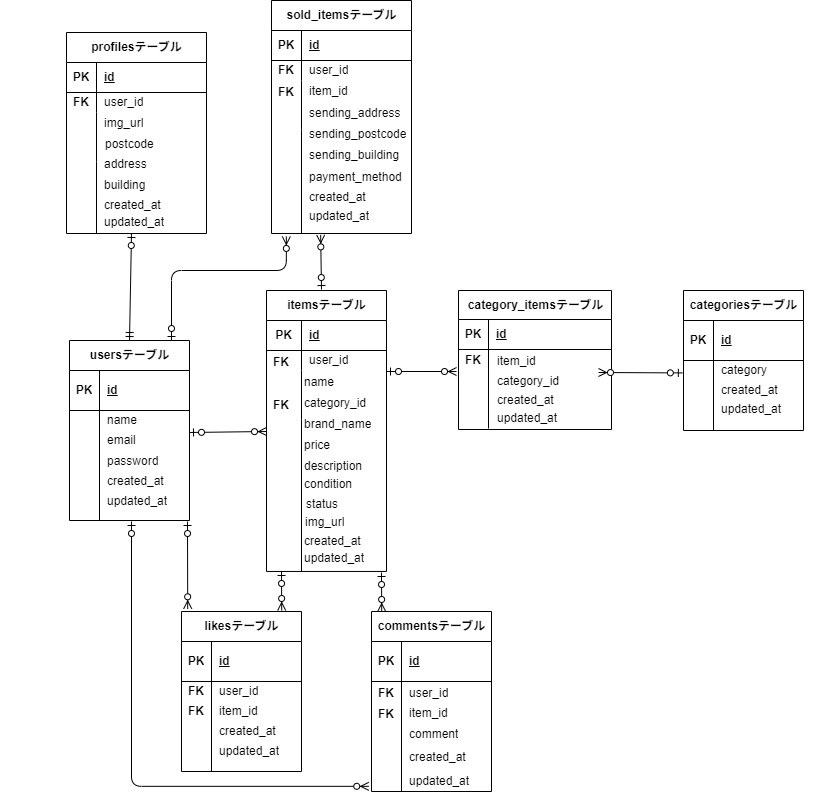
anna-1017/mogi-frema-app keeps this draw.io diagram as er_mogi_frema_app.diagram.drawio.png. Above is the earlier version. Source tidied: cells renumbered, new cells last; positions are measured from the earlier drawing's top-left corner, leaving out a move shared by most shapes.
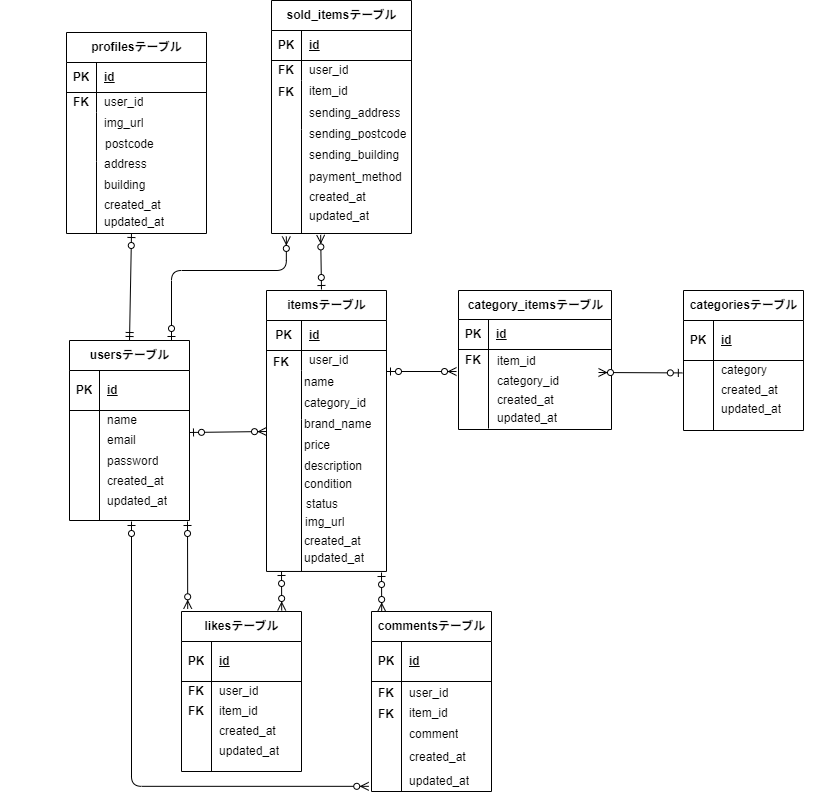
The same file after the commit.

Diff of the diagram source:
```diff
@@ -6,7 +6,7 @@
       <mxGeometry y="301" width="150" as="geometry" />
     </mxCell>
     <mxCell id="3" style="group;" parent="1" vertex="1">
-      <mxGeometry x="96" y="290" width="512.1" height="270" as="geometry" />
+      <mxGeometry x="96" y="290" width="512.1" height="281" as="geometry" />
     </mxCell>
     <mxCell id="4" style="shape=tableRow;horizontal=0;startSize=0;swimlaneHead=0;swimlaneBody=0;fillColor=none;top=0;left=0;right=0;bottom=0;" parent="3" vertex="1">
       <mxGeometry x="130" y="140" width="110" height="20" as="geometry" />
@@ -57,7 +57,7 @@
       <mxGeometry x="30" y="151" width="90" height="20" as="geometry" />
     </mxCell>
     <mxCell id="20" style="group;" parent="3" vertex="1">
-      <mxGeometry x="170" width="150" height="270" as="geometry" />
+      <mxGeometry x="170" width="150" height="281" as="geometry" />
     </mxCell>
     <mxCell id="21" style="shape=tableRow;horizontal=0;startSize=0;swimlaneHead=0;swimlaneBody=0;fillColor=none;top=0;left=0;right=0;bottom=0;" parent="20" vertex="1">
       <mxGeometry x="20" y="82" width="120" height="20.8" as="geometry" />
@@ -69,7 +69,7 @@
       <mxGeometry x="30" y="92.4" width="120" height="20.8" as="geometry" />
     </mxCell>
     <mxCell id="24" style="group;" parent="20" vertex="1">
-      <mxGeometry width="130" height="270" as="geometry" />
+      <mxGeometry width="130" height="281" as="geometry" />
     </mxCell>
     <mxCell id="25" style="shape=tableRow;horizontal=0;startSize=0;swimlaneHead=0;swimlaneBody=0;fillColor=none;top=0;left=0;right=0;bottom=0;" parent="24" vertex="1">
       <mxGeometry x="10" y="71.7" width="120" height="20.8" as="geometry" />
@@ -89,10 +89,7 @@
     <mxCell id="30" value="category_id" style="shape=partialRectangle;fillColor=none;top=0;left=0;bottom=0;right=0;align=left;spacingLeft=6;overflow=hidden;whiteSpace=wrap;html=1;" parent="24" vertex="1">
       <mxGeometry x="30" y="102.8" width="90" height="20.8" as="geometry" />
     </mxCell>
-    <mxCell id="31" style="group;" parent="24" vertex="1">
-      <mxGeometry width="120" height="270" as="geometry" />
-    </mxCell>
-    <mxCell id="32" value="itemsテーブル" style="shape=table;startSize=30;rowLines=0;fontStyle=1;align=center;html=1;" parent="31" vertex="1">
+    <mxCell id="32" value="itemsテーブル" style="shape=table;startSize=30;rowLines=0;fontStyle=1;align=center;html=1;" parent="24" vertex="1">
       <mxGeometry width="120" height="281" as="geometry" />
     </mxCell>
     <mxCell id="33" style="shape=tableRow;horizontal=0;startSize=0;swimlaneHead=0;swimlaneBody=0;fillColor=none;top=0;left=0;right=0;bottom=1;" parent="32" vertex="1">
@@ -131,34 +128,31 @@
     <mxCell id="44" value="&lt;span style=&quot;font-family: monospace; font-size: 0px; text-wrap-mode: nowrap;&quot;&gt;%3CmxGraphModel%3E%3Croot%3E%3CmxCell%20id%3D%220%22%2F%3E%3CmxCell%20id%3D%221%22%20parent%3D%220%22%2F%3E%3CmxCell%20id%3D%222%22%20value%3D%22price%22%20style%3D%22shape%3DpartialRectangle%3Bconnectable%3D0%3BfillColor%3Dnone%3Btop%3D0%3Bleft%3D0%3Bbottom%3D0%3Bright%3D0%3Balign%3Dleft%3BspacingLeft%3D6%3Boverflow%3Dhidden%3BwhiteSpace%3Dwrap%3Bhtml%3D1%3B%22%20vertex%3D%221%22%20parent%3D%221%22%3E%3CmxGeometry%20x%3D%22400%22%20y%3D%22-790%22%20width%3D%2290%22%20height%3D%2220%22%20as%3D%22geometry%22%3E%3CmxRectangle%20width%3D%2290%22%20height%3D%2220%22%20as%3D%22alternateBounds%22%2F%3E%3C%2FmxGeometry%3E%3C%2FmxCell%3E%3C%2Froot%3E%3C%2FmxGraphModel%3E&lt;/span&gt;" style="shape=partialRectangle;fillColor=none;top=0;left=0;bottom=0;right=0;align=left;spacingLeft=6;overflow=hidden;whiteSpace=wrap;html=1;" parent="42" vertex="1">
       <mxGeometry x="35" width="85" height="142" as="geometry" />
     </mxCell>
-    <mxCell id="45" value="brand_name" style="shape=partialRectangle;fillColor=none;top=0;left=0;bottom=0;right=0;align=left;spacingLeft=6;overflow=hidden;whiteSpace=wrap;html=1;" parent="31" vertex="1">
+    <mxCell id="45" value="brand_name" style="shape=partialRectangle;fillColor=none;top=0;left=0;bottom=0;right=0;align=left;spacingLeft=6;overflow=hidden;whiteSpace=wrap;html=1;" parent="24" vertex="1">
       <mxGeometry x="30" y="123.6" width="90" height="20.8" as="geometry" />
     </mxCell>
-    <mxCell id="46" value="name" style="shape=partialRectangle;fillColor=none;top=0;left=0;bottom=0;right=0;align=left;spacingLeft=6;overflow=hidden;whiteSpace=wrap;html=1;" parent="31" vertex="1">
+    <mxCell id="46" value="name" style="shape=partialRectangle;fillColor=none;top=0;left=0;bottom=0;right=0;align=left;spacingLeft=6;overflow=hidden;whiteSpace=wrap;html=1;" parent="24" vertex="1">
       <mxGeometry x="30" y="82" width="90" height="20.8" as="geometry" />
     </mxCell>
-    <mxCell id="47" value="description" style="shape=partialRectangle;fillColor=none;top=0;left=0;bottom=0;right=0;align=left;spacingLeft=6;overflow=hidden;whiteSpace=wrap;html=1;" parent="31" vertex="1">
+    <mxCell id="47" value="description" style="shape=partialRectangle;fillColor=none;top=0;left=0;bottom=0;right=0;align=left;spacingLeft=6;overflow=hidden;whiteSpace=wrap;html=1;" parent="24" vertex="1">
       <mxGeometry x="30" y="165.1" width="90" height="20.8" as="geometry" />
     </mxCell>
-    <mxCell id="48" value="condition" style="shape=partialRectangle;fillColor=none;top=0;left=0;bottom=0;right=0;align=left;spacingLeft=6;overflow=hidden;whiteSpace=wrap;html=1;" parent="31" vertex="1">
+    <mxCell id="48" value="condition" style="shape=partialRectangle;fillColor=none;top=0;left=0;bottom=0;right=0;align=left;spacingLeft=6;overflow=hidden;whiteSpace=wrap;html=1;" parent="24" vertex="1">
       <mxGeometry x="30" y="183.9" width="90" height="20.8" as="geometry" />
     </mxCell>
-    <mxCell id="49" value="status" style="shape=partialRectangle;fillColor=none;top=0;left=0;bottom=0;right=0;align=left;spacingLeft=6;overflow=hidden;whiteSpace=wrap;html=1;" parent="31" vertex="1">
+    <mxCell id="49" value="status" style="shape=partialRectangle;fillColor=none;top=0;left=0;bottom=0;right=0;align=left;spacingLeft=6;overflow=hidden;whiteSpace=wrap;html=1;" parent="24" vertex="1">
       <mxGeometry x="32" y="203.7" width="90" height="20.8" as="geometry" />
     </mxCell>
-    <mxCell id="50" value="created_at" style="shape=partialRectangle;fillColor=none;top=0;left=0;bottom=0;right=0;align=left;spacingLeft=6;overflow=hidden;whiteSpace=wrap;html=1;" parent="31" vertex="1">
+    <mxCell id="50" value="created_at" style="shape=partialRectangle;fillColor=none;top=0;left=0;bottom=0;right=0;align=left;spacingLeft=6;overflow=hidden;whiteSpace=wrap;html=1;" parent="24" vertex="1">
       <mxGeometry x="30" y="240.5" width="90" height="20.8" as="geometry" />
     </mxCell>
-    <mxCell id="51" value="updated_at" style="shape=partialRectangle;fillColor=none;top=0;left=0;bottom=0;right=0;align=left;spacingLeft=6;overflow=hidden;whiteSpace=wrap;html=1;" parent="31" vertex="1">
+    <mxCell id="51" value="updated_at" style="shape=partialRectangle;fillColor=none;top=0;left=0;bottom=0;right=0;align=left;spacingLeft=6;overflow=hidden;whiteSpace=wrap;html=1;" parent="24" vertex="1">
       <mxGeometry x="30" y="257.2" width="90" height="20.8" as="geometry" />
     </mxCell>
-    <mxCell id="52" value="&lt;b&gt;FK&lt;/b&gt;" style="shape=partialRectangle;fillColor=none;top=0;left=0;bottom=0;right=0;overflow=hidden;whiteSpace=wrap;html=1;" parent="31" vertex="1">
+    <mxCell id="52" value="&lt;b&gt;FK&lt;/b&gt;" style="shape=partialRectangle;fillColor=none;top=0;left=0;bottom=0;right=0;overflow=hidden;whiteSpace=wrap;html=1;" parent="24" vertex="1">
       <mxGeometry y="61.3" width="30" height="20.8" as="geometry" />
     </mxCell>
-    <mxCell id="53" value="&lt;b&gt;FK&lt;/b&gt;" style="shape=partialRectangle;fillColor=none;top=0;left=0;bottom=0;right=0;overflow=hidden;whiteSpace=wrap;html=1;" parent="31" vertex="1">
-      <mxGeometry y="104.9" width="30" height="20.8" as="geometry" />
-    </mxCell>
-    <mxCell id="54" style="endArrow=none;html=1;" parent="31" edge="1">
+    <mxCell id="54" style="endArrow=none;html=1;" parent="24" edge="1">
       <mxGeometry relative="1" as="geometry">
         <mxPoint x="35" y="281" as="sourcePoint" />
         <mxPoint x="35" y="231" as="targetPoint" />
```
